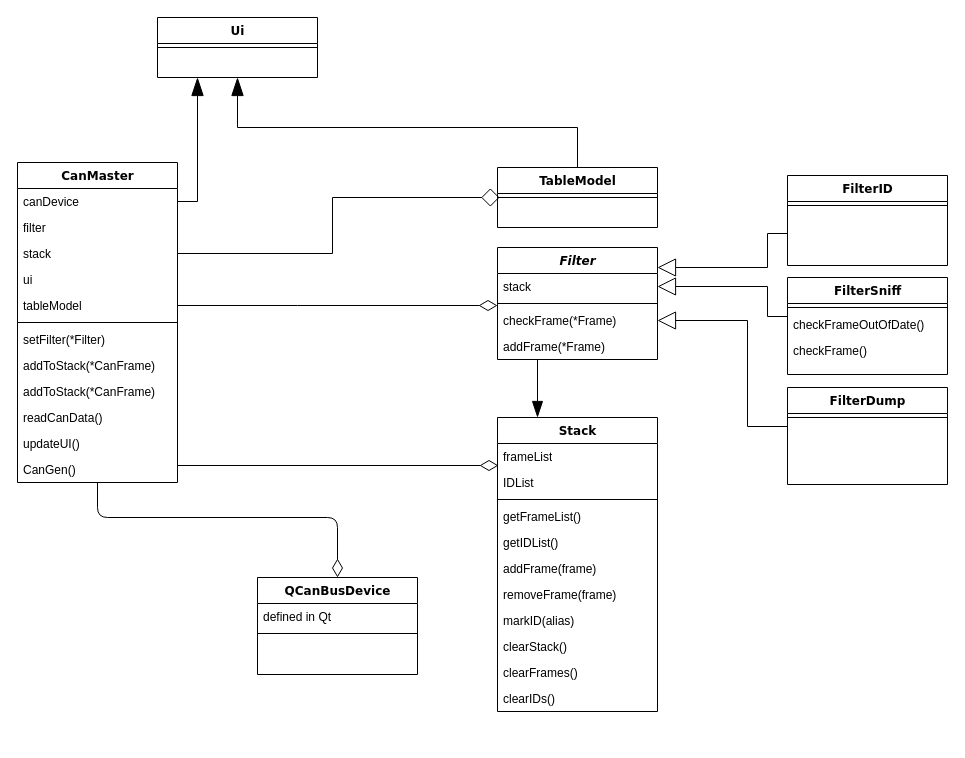
Earlier version of the draw.io diagram diagrams/Class Diagram.drawio (root-93/CAN-Master). Source tidied: cells renumbered, new cells numbered last; positions are measured from the earlier drawing's top-left corner, leaving out a move shared by most shapes. Both pictures are drawn from the tidied source at 100%, with x=0, y=0 at pixel (17, 17).
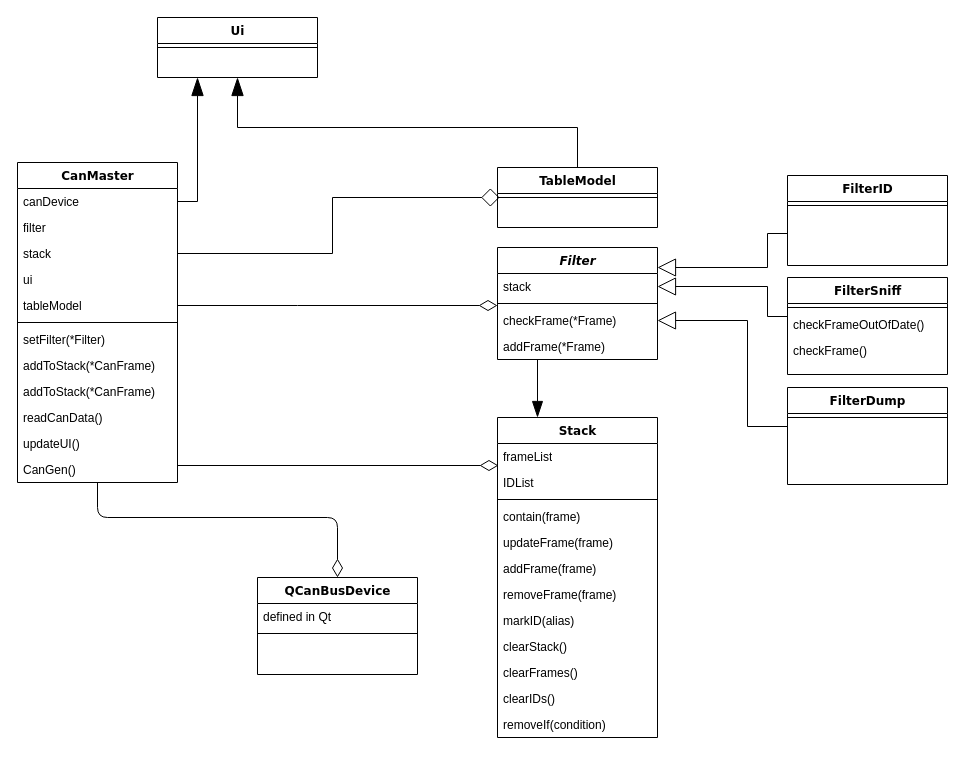
After the change.

Diff of the diagram source:
```diff
@@
     <mxCell id="26" value="Stack" style="swimlane;html=1;fontStyle=1;align=center;verticalAlign=top;horizontal=1;startSize=26;swimlaneFillColor=#ffffff;rounded=0;shadow=0;comic=0;labelBackgroundColor=none;strokeWidth=1;fillColor=none;fontFamily=Verdana;fontSize=12;" parent="1" vertex="1">
-      <mxGeometry x="480" y="400" width="160" height="294" as="geometry" />
+      <mxGeometry x="480" y="400" width="160" height="320" as="geometry" />
     </mxCell>
@@
-    <mxCell id="30" value="getFrameList()" style="text;html=1;strokeColor=none;fillColor=none;align=left;verticalAlign=top;spacingLeft=4;spacingRight=4;whiteSpace=wrap;overflow=hidden;" parent="26" vertex="1">
-      <mxGeometry y="86" width="160" height="26" as="geometry" />
-    </mxCell>
-    <mxCell id="31" value="&lt;div&gt;getIDList()&lt;/div&gt;" style="text;html=1;strokeColor=none;fillColor=none;align=left;verticalAlign=top;spacingLeft=4;spacingRight=4;whiteSpace=wrap;overflow=hidden;" parent="26" vertex="1">
-      <mxGeometry y="112" width="160" height="26" as="geometry" />
-    </mxCell>
+    <mxCell id="57" value="&lt;div&gt;contain(frame)&lt;/div&gt;" style="text;html=1;strokeColor=none;fillColor=none;align=left;verticalAlign=top;spacingLeft=4;spacingRight=4;whiteSpace=wrap;overflow=hidden;" parent="26" vertex="1">
+      <mxGeometry y="86" width="160" height="26" as="geometry" />
+    </mxCell>
+    <mxCell id="58" value="&lt;div&gt;updateFrame(frame)&lt;/div&gt;&lt;div&gt;&lt;br&gt;&lt;/div&gt;" style="text;html=1;strokeColor=none;fillColor=none;align=left;verticalAlign=top;spacingLeft=4;spacingRight=4;whiteSpace=wrap;overflow=hidden;" parent="26" vertex="1">
+      <mxGeometry y="112" width="160" height="26" as="geometry" />
+    </mxCell>
@@
+    <mxCell id="59" value="&lt;div&gt;removeIf(condition)&lt;/div&gt;&lt;div&gt;&lt;br&gt;&lt;/div&gt;" style="text;html=1;strokeColor=none;fillColor=none;align=left;verticalAlign=top;spacingLeft=4;spacingRight=4;whiteSpace=wrap;overflow=hidden;" parent="26" vertex="1">
+      <mxGeometry y="294" width="160" height="26" as="geometry" />
+    </mxCell>
```
